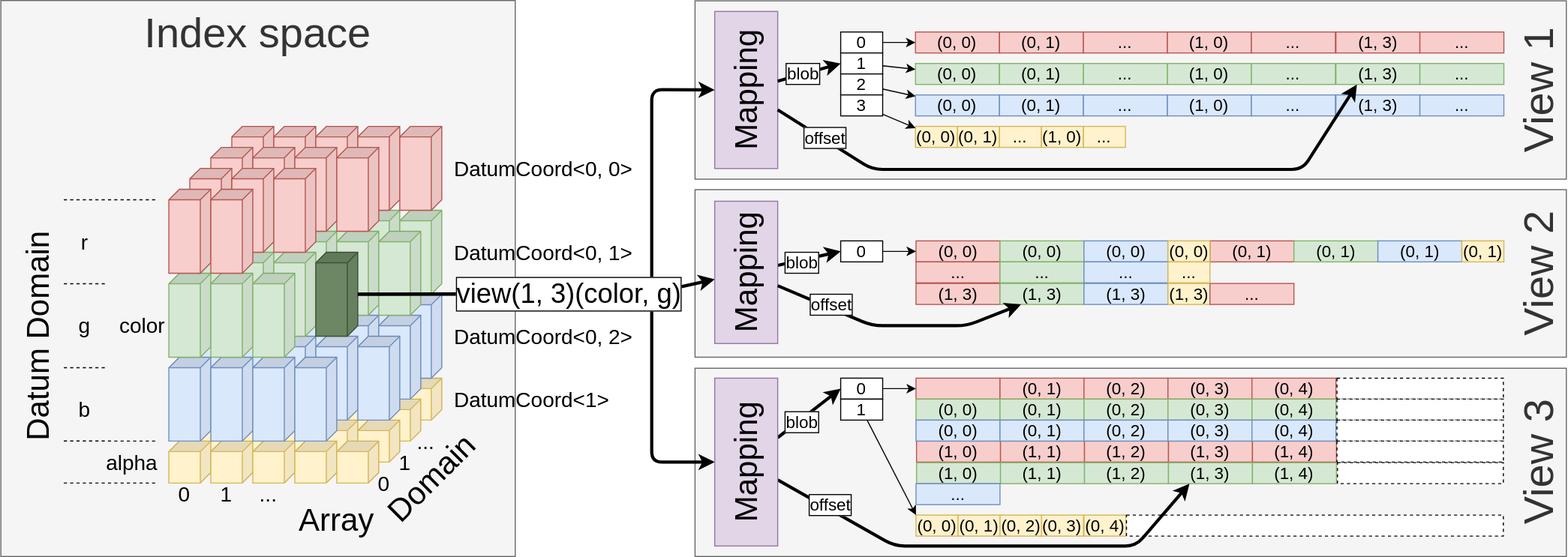
This is docs/images/mapping.svg from alpaka-group/llama, a draw.io export, as it was before one commit. Source tidied: cells renumbered, new cells last; positions are measured from the earlier drawing's top-left corner, leaving out a move shared by most shapes.
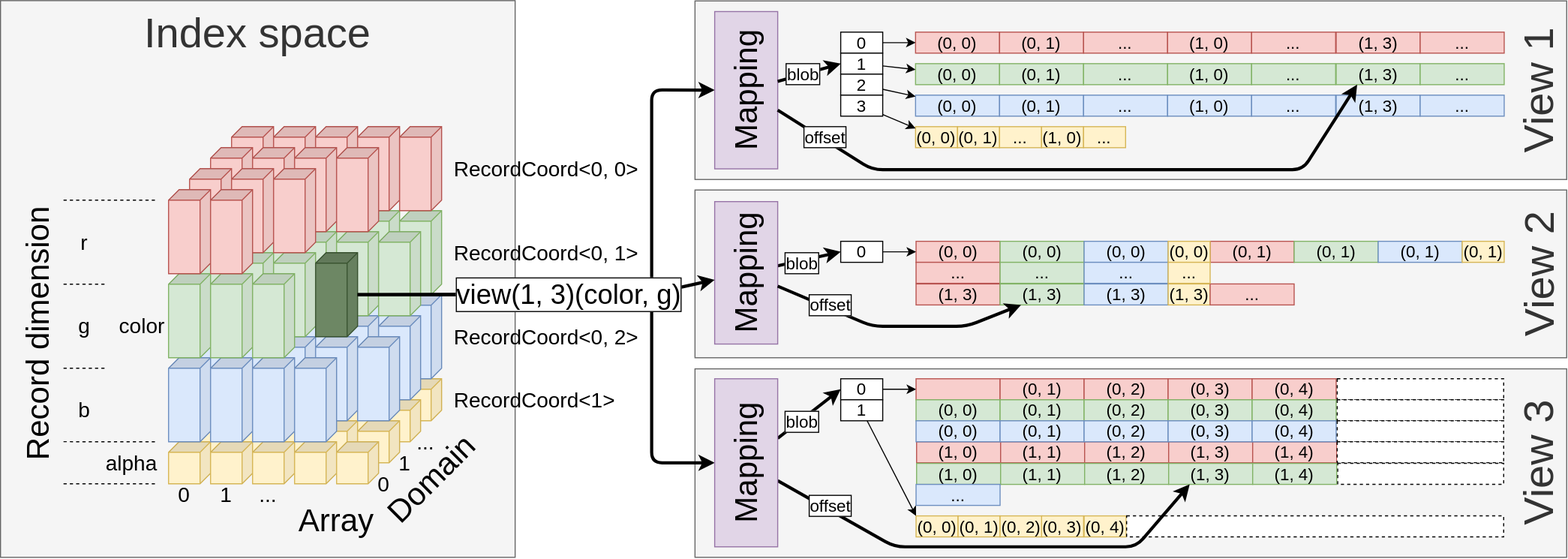
Later version of the same file.

What changed in the source:
```diff
@@ -88,16 +88,16 @@
         <mxPoint x="170" y="350" as="targetPoint" />
       </mxGeometry>
     </mxCell>
-    <mxCell id="24" value="DatumCoord&amp;lt;0, 0&amp;gt;" style="text;html=1;strokeColor=none;fillColor=none;align=left;verticalAlign=middle;whiteSpace=wrap;rounded=0;fontSize=20;" parent="1" vertex="1">
+    <mxCell id="24" value="RecordCoord&amp;lt;0, 0&amp;gt;" style="text;html=1;strokeColor=none;fillColor=none;align=left;verticalAlign=middle;whiteSpace=wrap;rounded=0;fontSize=20;" parent="1" vertex="1">
       <mxGeometry x="500" y="150" width="180" height="20" as="geometry" />
     </mxCell>
-    <mxCell id="25" value="DatumCoord&amp;lt;0, 1&amp;gt;" style="text;html=1;strokeColor=none;fillColor=none;align=left;verticalAlign=middle;whiteSpace=wrap;rounded=0;fontSize=20;" parent="1" vertex="1">
+    <mxCell id="25" value="RecordCoord&amp;lt;0, 1&amp;gt;" style="text;html=1;strokeColor=none;fillColor=none;align=left;verticalAlign=middle;whiteSpace=wrap;rounded=0;fontSize=20;" parent="1" vertex="1">
       <mxGeometry x="500" y="230" width="180" height="20" as="geometry" />
     </mxCell>
-    <mxCell id="26" value="DatumCoord&amp;lt;0, 2&amp;gt;" style="text;html=1;strokeColor=none;fillColor=none;align=left;verticalAlign=middle;whiteSpace=wrap;rounded=0;fontSize=20;" parent="1" vertex="1">
+    <mxCell id="26" value="RecordCoord&amp;lt;0, 2&amp;gt;" style="text;html=1;strokeColor=none;fillColor=none;align=left;verticalAlign=middle;whiteSpace=wrap;rounded=0;fontSize=20;" parent="1" vertex="1">
       <mxGeometry x="500" y="310" width="180" height="20" as="geometry" />
     </mxCell>
-    <mxCell id="27" value="DatumCoord&amp;lt;1&amp;gt;" style="text;html=1;strokeColor=none;fillColor=none;align=left;verticalAlign=middle;whiteSpace=wrap;rounded=0;fontSize=20;" parent="1" vertex="1">
+    <mxCell id="27" value="RecordCoord&amp;lt;1&amp;gt;" style="text;html=1;strokeColor=none;fillColor=none;align=left;verticalAlign=middle;whiteSpace=wrap;rounded=0;fontSize=20;" parent="1" vertex="1">
       <mxGeometry x="500" y="370" width="180" height="20" as="geometry" />
     </mxCell>
     <mxCell id="28" style="endArrow=none;html=1;fontSize=20;dashed=1;" parent="1" edge="1">
@@ -106,8 +106,8 @@
         <mxPoint x="220" y="460" as="targetPoint" />
       </mxGeometry>
     </mxCell>
-    <mxCell id="29" value="Datum Domain" style="text;html=1;strokeColor=none;fillColor=none;align=center;verticalAlign=middle;whiteSpace=wrap;rounded=0;fontSize=30;rotation=-90;" parent="1" vertex="1">
-      <mxGeometry y="305" width="210" height="30" as="geometry" />
+    <mxCell id="29" value="Record dimension" style="text;html=1;strokeColor=none;fillColor=none;align=center;verticalAlign=middle;whiteSpace=wrap;rounded=0;fontSize=30;rotation=-90;" parent="1" vertex="1">
+      <mxGeometry x="-27.5" y="302.5" width="265" height="30" as="geometry" />
     </mxCell>
     <mxCell id="30" value="(0, 0)" style="rounded=0;whiteSpace=wrap;html=1;fontSize=16;align=center;fillColor=#f8cecc;strokeColor=#b85450;" parent="1" vertex="1">
       <mxGeometry x="941.2" y="30" width="80" height="20" as="geometry" />
```
